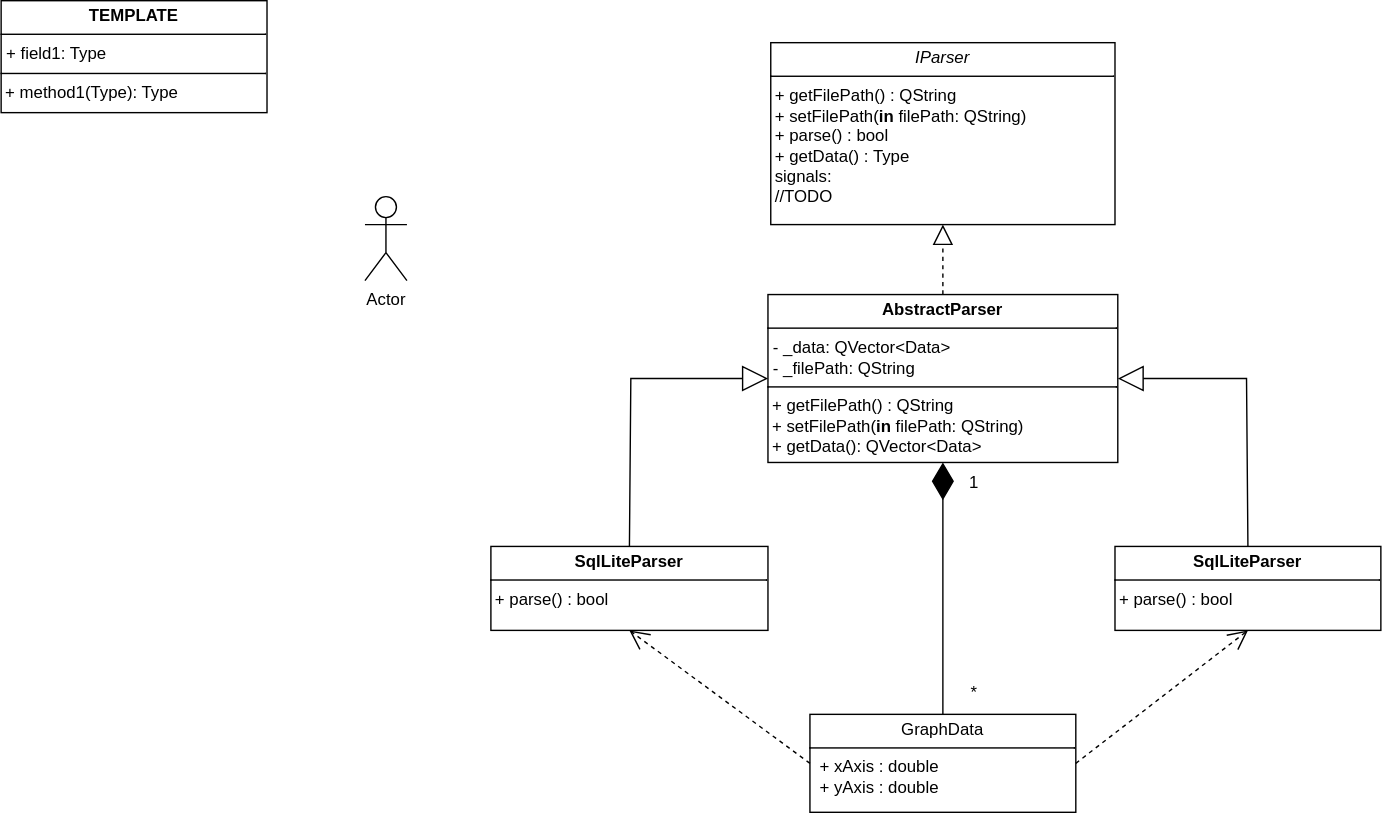
Before: uml.svg, a diagram exported from draw.io (KVRTeJ/GraphPrinter). Source tidied: cells renumbered, new cells last; positions are measured from the earlier drawing's top-left corner, leaving out a move shared by most shapes. Its diagram source:
```xml
<mxGraphModel background="#ffffff">
  <root>
    <mxCell id="0" />
    <mxCell id="1" parent="0" />
    <mxCell id="2" value="&lt;p style=&quot;margin:0px;margin-top:4px;text-align:center;&quot;&gt;&lt;i&gt;IParser&lt;/i&gt;&lt;/p&gt;&lt;hr size=&quot;1&quot; style=&quot;border-style:solid;&quot;&gt;&lt;div&gt;&amp;nbsp;+ getFilePath() : QString&lt;/div&gt;&lt;div&gt;&amp;nbsp;+ setFilePath(&lt;b&gt;in&lt;/b&gt; filePath: QString) &lt;br&gt;&lt;/div&gt;&lt;div&gt;&amp;nbsp;+ parse() : bool&lt;/div&gt;&lt;div&gt;&amp;nbsp;+ getData() : Type&lt;/div&gt;&lt;div&gt;&amp;nbsp;signals: &lt;br&gt;&amp;nbsp;//TODO&lt;/div&gt;&lt;div&gt;&amp;nbsp;&lt;/div&gt;" style="verticalAlign=top;align=left;overflow=fill;html=1;whiteSpace=wrap;" parent="1" vertex="1">
      <mxGeometry x="550" y="30" width="246" height="130" as="geometry" />
    </mxCell>
    <mxCell id="3" value="&lt;p style=&quot;margin:0px;margin-top:4px;text-align:center;&quot;&gt;&lt;b&gt;TEMPLATE&lt;/b&gt;&lt;/p&gt;&lt;hr size=&quot;1&quot; style=&quot;border-style:solid;&quot;&gt;&lt;p style=&quot;margin:0px;margin-left:4px;&quot;&gt;+ field1: Type&lt;/p&gt;&lt;hr size=&quot;1&quot; style=&quot;border-style:solid;&quot;&gt;&amp;nbsp;+ method1(Type): Type" style="verticalAlign=top;align=left;overflow=fill;html=1;whiteSpace=wrap;" parent="1" vertex="1">
      <mxGeometry width="190" height="80" as="geometry" />
    </mxCell>
    <mxCell id="4" value="&lt;p style=&quot;margin:0px;margin-top:4px;text-align:center;&quot;&gt;&lt;b&gt;AbstractParser&lt;/b&gt;&lt;/p&gt;&lt;hr size=&quot;1&quot; style=&quot;border-style:solid;&quot;&gt;&lt;p style=&quot;margin:0px;margin-left:4px;&quot;&gt;- _data: QVector&amp;lt;Data&amp;gt;&lt;/p&gt;&lt;p style=&quot;margin:0px;margin-left:4px;&quot;&gt;- _filePath: QString&lt;/p&gt;&lt;hr size=&quot;1&quot; style=&quot;border-style:solid;&quot;&gt;&amp;nbsp;+ getFilePath() : QString&lt;div&gt;&amp;nbsp;+ setFilePath(&lt;b&gt;in&lt;/b&gt; filePath: QString)&lt;/div&gt;&lt;div&gt;&amp;nbsp;+ getData(): QVector&amp;lt;Data&amp;gt; &lt;/div&gt;" style="verticalAlign=top;align=left;overflow=fill;html=1;whiteSpace=wrap;" parent="1" vertex="1">
      <mxGeometry x="548" y="210" width="250" height="120" as="geometry" />
    </mxCell>
    <mxCell id="5" value="&lt;p style=&quot;margin:0px;margin-top:4px;text-align:center;&quot;&gt;&lt;b&gt;SqlLiteParser&lt;/b&gt;&lt;/p&gt;&lt;hr size=&quot;1&quot; style=&quot;border-style:solid;&quot;&gt;&amp;nbsp;+ parse() : bool" style="verticalAlign=top;align=left;overflow=fill;html=1;whiteSpace=wrap;" parent="1" vertex="1">
      <mxGeometry x="350" y="390" width="198" height="60" as="geometry" />
    </mxCell>
    <mxCell id="6" style="endArrow=block;dashed=1;endFill=0;endSize=12;html=1;rounded=0;exitX=0.5;exitY=0;exitDx=0;exitDy=0;entryX=0.5;entryY=1;entryDx=0;entryDy=0;" parent="1" edge="1" source="4" target="2">
      <mxGeometry relative="1" as="geometry" />
    </mxCell>
    <mxCell id="7" value="&lt;p style=&quot;margin:0px;margin-top:4px;text-align:center;&quot;&gt;&lt;b&gt;SqlLiteParser&lt;/b&gt;&lt;/p&gt;&lt;hr size=&quot;1&quot; style=&quot;border-style:solid;&quot;&gt;&amp;nbsp;+ parse() : bool" style="verticalAlign=top;align=left;overflow=fill;html=1;whiteSpace=wrap;" parent="1" vertex="1">
      <mxGeometry x="796" y="390" width="190" height="60" as="geometry" />
    </mxCell>
    <mxCell id="8" style="endArrow=block;endSize=16;endFill=0;html=1;rounded=0;exitX=0.5;exitY=0;exitDx=0;exitDy=0;entryX=0;entryY=0.5;entryDx=0;entryDy=0;" parent="1" edge="1" source="5" target="4">
      <mxGeometry relative="1" as="geometry">
        <Array as="points">
          <mxPoint x="450" y="270" />
        </Array>
      </mxGeometry>
    </mxCell>
    <mxCell id="9" style="endArrow=block;endSize=16;endFill=0;html=1;rounded=0;exitX=0.5;exitY=0;exitDx=0;exitDy=0;entryX=1;entryY=0.5;entryDx=0;entryDy=0;" parent="1" edge="1" source="7" target="4">
      <mxGeometry relative="1" as="geometry">
        <Array as="points">
          <mxPoint x="890" y="270" />
        </Array>
      </mxGeometry>
    </mxCell>
    <mxCell id="10" value="&lt;p style=&quot;margin:0px;margin-top:4px;text-align:center;&quot;&gt;GraphData&lt;/p&gt;&lt;hr size=&quot;1&quot; style=&quot;border-style:solid;&quot;&gt;&lt;p style=&quot;margin:0px;margin-left:4px;&quot;&gt;&amp;nbsp;+ xAxis : double&lt;/p&gt;&lt;p style=&quot;margin:0px;margin-left:4px;&quot;&gt;&amp;nbsp;+ yAxis : double&lt;/p&gt;" style="verticalAlign=top;align=left;overflow=fill;html=1;whiteSpace=wrap;" parent="1" vertex="1">
      <mxGeometry x="578" y="510" width="190" height="70" as="geometry" />
    </mxCell>
    <mxCell id="11" style="endArrow=open;endSize=12;dashed=1;html=1;rounded=0;exitX=0;exitY=0.5;exitDx=0;exitDy=0;entryX=0.5;entryY=1;entryDx=0;entryDy=0;" parent="1" edge="1" source="10" target="5">
      <mxGeometry relative="1" as="geometry" />
    </mxCell>
    <mxCell id="12" style="endArrow=open;endSize=12;dashed=1;html=1;rounded=0;exitX=1;exitY=0.5;exitDx=0;exitDy=0;entryX=0.5;entryY=1;entryDx=0;entryDy=0;" parent="1" edge="1" source="10" target="7">
      <mxGeometry relative="1" as="geometry" />
    </mxCell>
    <mxCell id="13" style="endArrow=diamondThin;endFill=1;endSize=24;html=1;rounded=0;exitX=0.5;exitY=0;exitDx=0;exitDy=0;entryX=0.5;entryY=1;entryDx=0;entryDy=0;" parent="1" edge="1" source="10" target="4">
      <mxGeometry relative="1" as="geometry" />
    </mxCell>
    <mxCell id="14" value="*" style="text;html=1;align=center;verticalAlign=middle;strokeColor=none;fillColor=none;" parent="1" vertex="1">
      <mxGeometry x="680" y="480" width="30" height="30" as="geometry" />
    </mxCell>
    <mxCell id="15" value="1" style="text;html=1;align=center;verticalAlign=middle;strokeColor=none;fillColor=none;" parent="1" vertex="1">
      <mxGeometry x="680" y="330" width="30" height="30" as="geometry" />
    </mxCell>
    <mxCell id="16" value="Actor" style="shape=umlActor;verticalLabelPosition=bottom;verticalAlign=top;html=1;" parent="1" vertex="1">
      <mxGeometry x="260" y="140" width="30" height="60" as="geometry" />
    </mxCell>
  </root>
</mxGraphModel>
```
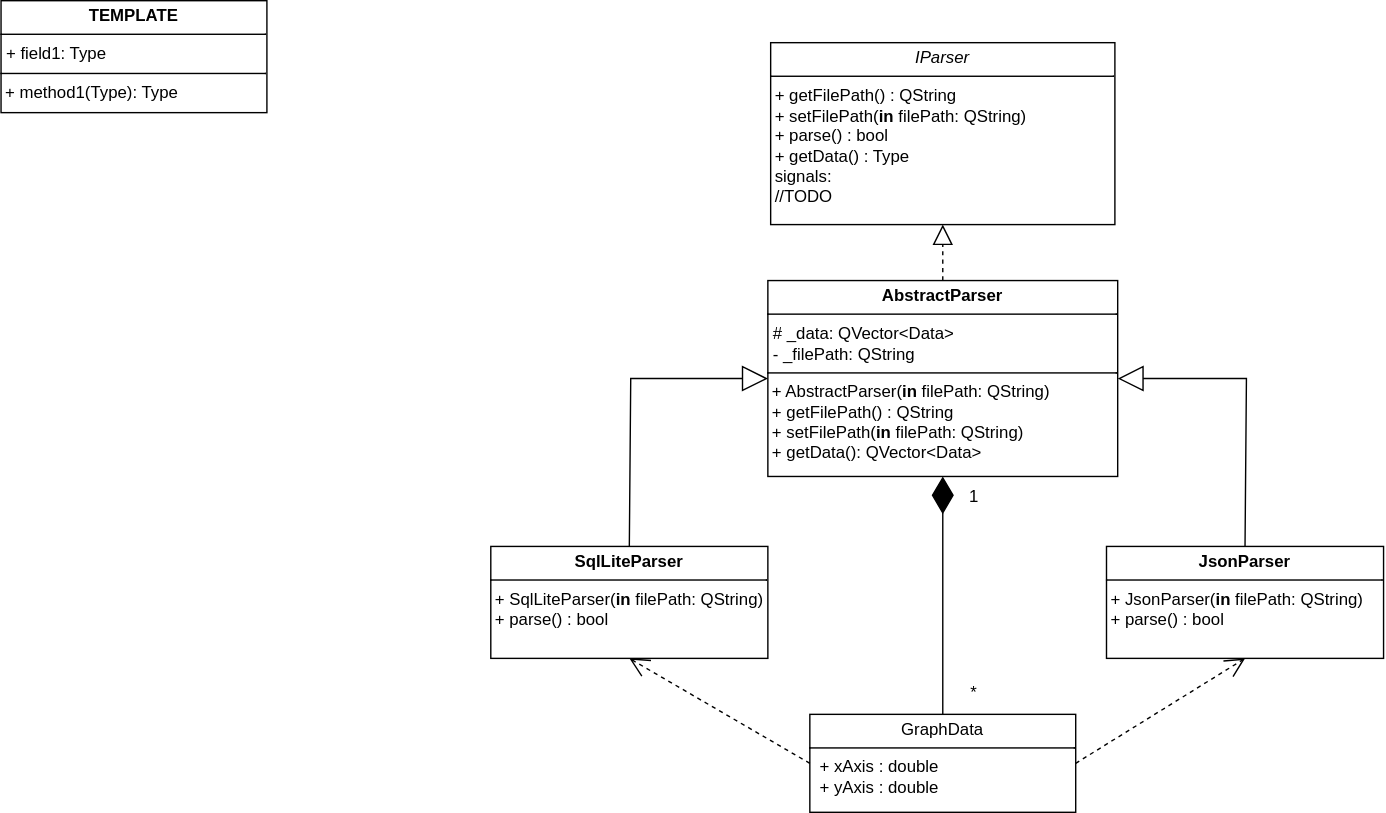
After the commit.

Commit message:
fix: посмотря на вывод данных с бд вспомнил, что у нас в графике будут не число-число, а дата-число. Исправил в Data

What changed in the source:
```diff
@@ -8,18 +8,15 @@
     <mxCell id="3" value="&lt;p style=&quot;margin:0px;margin-top:4px;text-align:center;&quot;&gt;&lt;b&gt;TEMPLATE&lt;/b&gt;&lt;/p&gt;&lt;hr size=&quot;1&quot; style=&quot;border-style:solid;&quot;&gt;&lt;p style=&quot;margin:0px;margin-left:4px;&quot;&gt;+ field1: Type&lt;/p&gt;&lt;hr size=&quot;1&quot; style=&quot;border-style:solid;&quot;&gt;&amp;nbsp;+ method1(Type): Type" style="verticalAlign=top;align=left;overflow=fill;html=1;whiteSpace=wrap;" parent="1" vertex="1">
       <mxGeometry width="190" height="80" as="geometry" />
     </mxCell>
-    <mxCell id="4" value="&lt;p style=&quot;margin:0px;margin-top:4px;text-align:center;&quot;&gt;&lt;b&gt;AbstractParser&lt;/b&gt;&lt;/p&gt;&lt;hr size=&quot;1&quot; style=&quot;border-style:solid;&quot;&gt;&lt;p style=&quot;margin:0px;margin-left:4px;&quot;&gt;- _data: QVector&amp;lt;Data&amp;gt;&lt;/p&gt;&lt;p style=&quot;margin:0px;margin-left:4px;&quot;&gt;- _filePath: QString&lt;/p&gt;&lt;hr size=&quot;1&quot; style=&quot;border-style:solid;&quot;&gt;&amp;nbsp;+ getFilePath() : QString&lt;div&gt;&amp;nbsp;+ setFilePath(&lt;b&gt;in&lt;/b&gt; filePath: QString)&lt;/div&gt;&lt;div&gt;&amp;nbsp;+ getData(): QVector&amp;lt;Data&amp;gt; &lt;/div&gt;" style="verticalAlign=top;align=left;overflow=fill;html=1;whiteSpace=wrap;" parent="1" vertex="1">
-      <mxGeometry x="548" y="210" width="250" height="120" as="geometry" />
+    <mxCell id="4" value="&lt;p style=&quot;margin:0px;margin-top:4px;text-align:center;&quot;&gt;&lt;b&gt;AbstractParser&lt;/b&gt;&lt;/p&gt;&lt;hr size=&quot;1&quot; style=&quot;border-style:solid;&quot;&gt;&lt;p style=&quot;margin:0px;margin-left:4px;&quot;&gt;# _data: QVector&amp;lt;Data&amp;gt;&lt;/p&gt;&lt;p style=&quot;margin:0px;margin-left:4px;&quot;&gt;- _filePath: QString&lt;/p&gt;&lt;hr size=&quot;1&quot; style=&quot;border-style:solid;&quot;&gt;&lt;div&gt;&amp;nbsp;+ AbstractParser(&lt;b&gt;in &lt;/b&gt;filePath: QString)&lt;/div&gt;&lt;div&gt;&amp;nbsp;+ getFilePath() : QString&lt;/div&gt;&lt;div&gt;&amp;nbsp;+ setFilePath(&lt;b&gt;in&lt;/b&gt; filePath: QString)&lt;/div&gt;&lt;div&gt;&amp;nbsp;+ getData(): QVector&amp;lt;Data&amp;gt; &lt;/div&gt;" style="verticalAlign=top;align=left;overflow=fill;html=1;whiteSpace=wrap;" parent="1" vertex="1">
+      <mxGeometry x="548" y="200" width="250" height="140" as="geometry" />
     </mxCell>
-    <mxCell id="5" value="&lt;p style=&quot;margin:0px;margin-top:4px;text-align:center;&quot;&gt;&lt;b&gt;SqlLiteParser&lt;/b&gt;&lt;/p&gt;&lt;hr size=&quot;1&quot; style=&quot;border-style:solid;&quot;&gt;&amp;nbsp;+ parse() : bool" style="verticalAlign=top;align=left;overflow=fill;html=1;whiteSpace=wrap;" parent="1" vertex="1">
-      <mxGeometry x="350" y="390" width="198" height="60" as="geometry" />
+    <mxCell id="5" value="&lt;p style=&quot;margin:0px;margin-top:4px;text-align:center;&quot;&gt;&lt;b&gt;SqlLiteParser&lt;/b&gt;&lt;/p&gt;&lt;hr size=&quot;1&quot; style=&quot;border-style:solid;&quot;&gt;&lt;div&gt;&amp;nbsp;+ SqlLiteParser(&lt;b&gt;in &lt;/b&gt;filePath: QString)&lt;/div&gt;&lt;div&gt;&amp;nbsp;+ parse() : bool&lt;/div&gt;" style="verticalAlign=top;align=left;overflow=fill;html=1;whiteSpace=wrap;" parent="1" vertex="1">
+      <mxGeometry x="350" y="390" width="198" height="80" as="geometry" />
     </mxCell>
     <mxCell id="6" style="endArrow=block;dashed=1;endFill=0;endSize=12;html=1;rounded=0;exitX=0.5;exitY=0;exitDx=0;exitDy=0;entryX=0.5;entryY=1;entryDx=0;entryDy=0;" parent="1" edge="1" source="4" target="2">
       <mxGeometry relative="1" as="geometry" />
     </mxCell>
-    <mxCell id="7" value="&lt;p style=&quot;margin:0px;margin-top:4px;text-align:center;&quot;&gt;&lt;b&gt;SqlLiteParser&lt;/b&gt;&lt;/p&gt;&lt;hr size=&quot;1&quot; style=&quot;border-style:solid;&quot;&gt;&amp;nbsp;+ parse() : bool" style="verticalAlign=top;align=left;overflow=fill;html=1;whiteSpace=wrap;" parent="1" vertex="1">
-      <mxGeometry x="796" y="390" width="190" height="60" as="geometry" />
-    </mxCell>
     <mxCell id="8" style="endArrow=block;endSize=16;endFill=0;html=1;rounded=0;exitX=0.5;exitY=0;exitDx=0;exitDy=0;entryX=0;entryY=0.5;entryDx=0;entryDy=0;" parent="1" edge="1" source="5" target="4">
       <mxGeometry relative="1" as="geometry">
         <Array as="points">
@@ -27,7 +24,7 @@
         </Array>
       </mxGeometry>
     </mxCell>
-    <mxCell id="9" style="endArrow=block;endSize=16;endFill=0;html=1;rounded=0;exitX=0.5;exitY=0;exitDx=0;exitDy=0;entryX=1;entryY=0.5;entryDx=0;entryDy=0;" parent="1" edge="1" source="7" target="4">
+    <mxCell id="9" style="endArrow=block;endSize=16;endFill=0;html=1;rounded=0;exitX=0.5;exitY=0;exitDx=0;exitDy=0;entryX=1;entryY=0.5;entryDx=0;entryDy=0;" parent="1" edge="1" source="17" target="4">
       <mxGeometry relative="1" as="geometry">
         <Array as="points">
           <mxPoint x="890" y="270" />
@@ -40,7 +37,7 @@
     <mxCell id="11" style="endArrow=open;endSize=12;dashed=1;html=1;rounded=0;exitX=0;exitY=0.5;exitDx=0;exitDy=0;entryX=0.5;entryY=1;entryDx=0;entryDy=0;" parent="1" edge="1" source="10" target="5">
       <mxGeometry relative="1" as="geometry" />
     </mxCell>
-    <mxCell id="12" style="endArrow=open;endSize=12;dashed=1;html=1;rounded=0;exitX=1;exitY=0.5;exitDx=0;exitDy=0;entryX=0.5;entryY=1;entryDx=0;entryDy=0;" parent="1" edge="1" source="10" target="7">
+    <mxCell id="12" style="endArrow=open;endSize=12;dashed=1;html=1;rounded=0;exitX=1;exitY=0.5;exitDx=0;exitDy=0;entryX=0.5;entryY=1;entryDx=0;entryDy=0;" parent="1" edge="1" source="10" target="17">
       <mxGeometry relative="1" as="geometry" />
     </mxCell>
     <mxCell id="13" style="endArrow=diamondThin;endFill=1;endSize=24;html=1;rounded=0;exitX=0.5;exitY=0;exitDx=0;exitDy=0;entryX=0.5;entryY=1;entryDx=0;entryDy=0;" parent="1" edge="1" source="10" target="4">
@@ -50,10 +47,10 @@
       <mxGeometry x="680" y="480" width="30" height="30" as="geometry" />
     </mxCell>
     <mxCell id="15" value="1" style="text;html=1;align=center;verticalAlign=middle;strokeColor=none;fillColor=none;" parent="1" vertex="1">
-      <mxGeometry x="680" y="330" width="30" height="30" as="geometry" />
+      <mxGeometry x="680" y="340" width="30" height="30" as="geometry" />
     </mxCell>
-    <mxCell id="16" value="Actor" style="shape=umlActor;verticalLabelPosition=bottom;verticalAlign=top;html=1;" parent="1" vertex="1">
-      <mxGeometry x="260" y="140" width="30" height="60" as="geometry" />
-    </mxCell>
+    <mxCell id="17" value="&lt;p style=&quot;margin:0px;margin-top:4px;text-align:center;&quot;&gt;&lt;b&gt;JsonParser&lt;/b&gt;&lt;/p&gt;&lt;hr size=&quot;1&quot; style=&quot;border-style:solid;&quot;&gt;&lt;div&gt;&amp;nbsp;+ JsonParser(&lt;b&gt;in &lt;/b&gt;filePath: QString)&lt;/div&gt;&lt;div&gt;&amp;nbsp;+ parse() : bool&lt;/div&gt;" style="verticalAlign=top;align=left;overflow=fill;html=1;whiteSpace=wrap;" parent="1" vertex="1">
+      <mxGeometry x="790" y="390" width="198" height="80" as="geometry" />
+    </mxCell>
   </root>
 </mxGraphModel>
```
